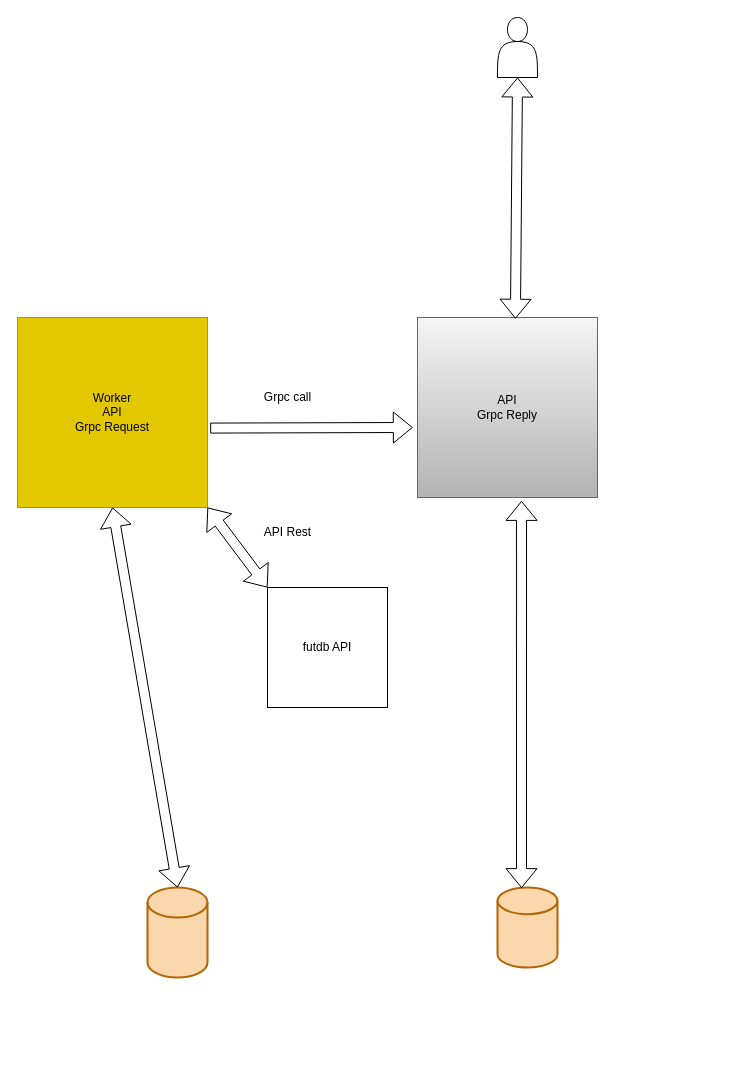
Before: Diagrama sem nome.drawio in adhan1983/AOM.FIFA.ManagerPlayer.SolutionFlow, a draw.io diagram. Source tidied: cells renumbered, new cells numbered last; positions are measured from the earlier drawing's top-left corner, leaving out a move shared by most shapes. Both pictures are drawn from the tidied source at 100%, with x=0, y=0 at pixel (17, 17).
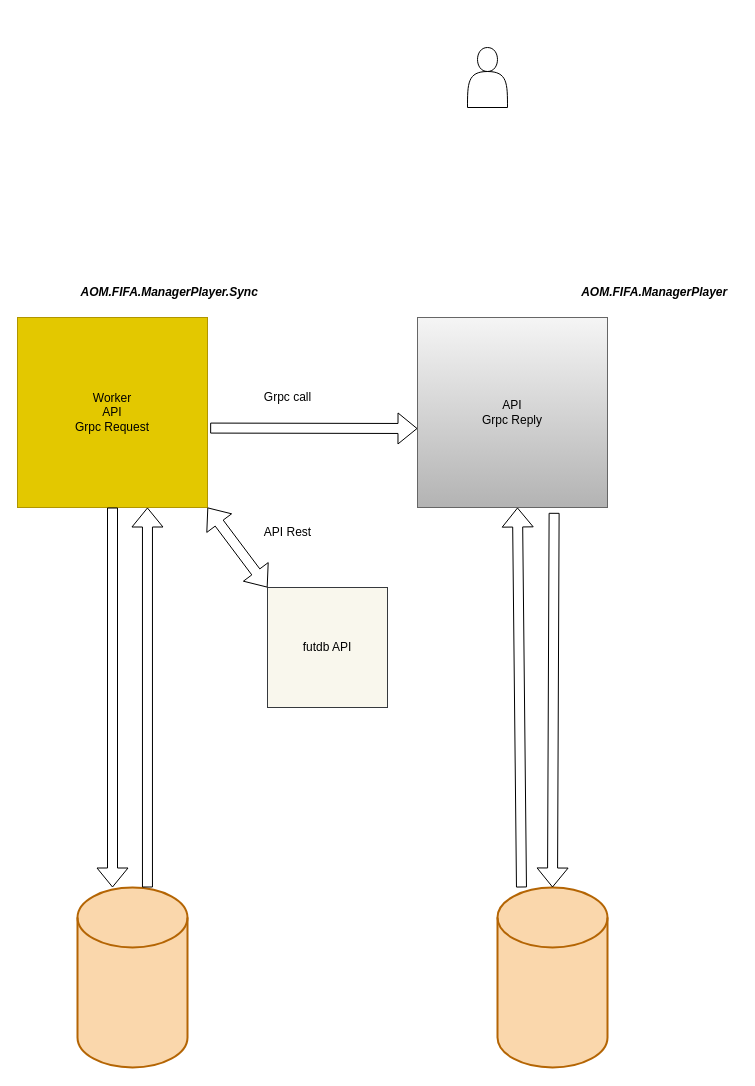
After the change.

Diff of the diagram source:
```diff
@@
 <mxGraphModel>
   <root>
     <mxCell id="0" />
     <mxCell id="1" parent="0" />
     <mxCell id="2" style="strokeWidth=2;html=1;shape=mxgraph.flowchart.database;whiteSpace=wrap;fillColor=#fad7ac;strokeColor=#b46504;" parent="1" vertex="1">
-      <mxGeometry x="130" y="870" width="60" height="90" as="geometry" />
+      <mxGeometry x="60" y="870" width="110" height="180" as="geometry" />
     </mxCell>
     <mxCell id="3" style="strokeWidth=2;html=1;shape=mxgraph.flowchart.database;whiteSpace=wrap;fillColor=#fad7ac;strokeColor=#b46504;" parent="1" vertex="1">
-      <mxGeometry x="480" y="870" width="60" height="80" as="geometry" />
+      <mxGeometry x="480" y="870" width="110" height="180" as="geometry" />
     </mxCell>
     <mxCell id="4" style="shape=actor;whiteSpace=wrap;html=1;" parent="1" vertex="1">
-      <mxGeometry x="480" width="40" height="60" as="geometry" />
+      <mxGeometry x="450" y="30" width="40" height="60" as="geometry" />
     </mxCell>
     <mxCell id="5" value="Worker&lt;br&gt;API&lt;br&gt;Grpc Request" style="whiteSpace=wrap;html=1;fillColor=#e3c800;strokeColor=#B09500;fontColor=#000000;" parent="1" vertex="1">
       <mxGeometry y="300" width="190" height="190" as="geometry" />
     </mxCell>
     <mxCell id="6" value="API&lt;br&gt;Grpc Reply" style="whiteSpace=wrap;html=1;fillColor=#f5f5f5;gradientColor=#b3b3b3;strokeColor=#666666;" parent="1" vertex="1">
-      <mxGeometry x="400" y="300" width="180" height="180" as="geometry" />
+      <mxGeometry x="400" y="300" width="190" height="190" as="geometry" />
     </mxCell>
-    <mxCell id="7" value="futdb API&lt;br&gt;" style="whiteSpace=wrap;html=1;" parent="1" vertex="1">
+    <mxCell id="7" value="futdb API&lt;br&gt;" style="whiteSpace=wrap;html=1;fillColor=#f9f7ed;strokeColor=#36393d;" parent="1" vertex="1">
       <mxGeometry x="250" y="570" width="120" height="120" as="geometry" />
     </mxCell>
-    <mxCell id="8" style="shape=flexArrow;endArrow=classic;startArrow=classic;html=1;rounded=0;entryX=0.5;entryY=1;entryDx=0;entryDy=0;exitX=0.5;exitY=0;exitDx=0;exitDy=0;exitPerimeter=0;" parent="1" edge="1" source="2" target="5">
-      <mxGeometry relative="1" as="geometry" />
-    </mxCell>
-    <mxCell id="9" style="shape=flexArrow;endArrow=classic;startArrow=classic;html=1;rounded=0;exitX=0.4;exitY=0.008;exitDx=0;exitDy=0;exitPerimeter=0;entryX=0.578;entryY=1.019;entryDx=0;entryDy=0;entryPerimeter=0;" parent="1" edge="1" source="3" target="6">
-      <mxGeometry relative="1" as="geometry" />
-    </mxCell>
     <mxCell id="10" style="shape=flexArrow;endArrow=classic;startArrow=classic;html=1;rounded=0;exitX=0;exitY=0;exitDx=0;exitDy=0;entryX=1;entryY=1;entryDx=0;entryDy=0;" parent="1" edge="1" source="7" target="5">
       <mxGeometry relative="1" as="geometry" />
     </mxCell>
     <mxCell id="11" value="API Rest" style="text;html=1;align=center;verticalAlign=middle;strokeColor=none;fillColor=none;" parent="1" vertex="1">
       <mxGeometry x="235" y="500" width="70" height="30" as="geometry" />
     </mxCell>
-    <mxCell id="12" style="shape=flexArrow;endArrow=classic;html=1;rounded=0;entryX=-0.026;entryY=0.611;entryDx=0;entryDy=0;entryPerimeter=0;exitX=1.014;exitY=0.582;exitDx=0;exitDy=0;exitPerimeter=0;" parent="1" edge="1" source="5" target="6">
-      <mxGeometry relative="1" as="geometry" />
+    <mxCell id="12" style="shape=flexArrow;endArrow=classic;html=1;rounded=0;exitX=1.014;exitY=0.582;exitDx=0;exitDy=0;exitPerimeter=0;" parent="1" edge="1" source="5">
+      <mxGeometry relative="1" as="geometry">
+        <mxPoint x="400" y="411" as="targetPoint" />
+      </mxGeometry>
     </mxCell>
     <mxCell id="13" value="Grpc call&lt;br&gt;" style="text;html=1;align=center;verticalAlign=middle;strokeColor=none;fillColor=none;" parent="1" vertex="1">
       <mxGeometry x="235" y="365" width="70" height="30" as="geometry" />
     </mxCell>
-    <mxCell id="14" style="shape=flexArrow;endArrow=classic;startArrow=classic;html=1;rounded=0;exitX=0.544;exitY=0.007;exitDx=0;exitDy=0;exitPerimeter=0;entryX=0.5;entryY=1;entryDx=0;entryDy=0;" parent="1" edge="1" source="6" target="4">
-      <mxGeometry relative="1" as="geometry" />
-    </mxCell>
+    <mxCell id="15" style="shape=flexArrow;endArrow=classic;html=1;rounded=0;exitX=0.5;exitY=1;exitDx=0;exitDy=0;" parent="1" edge="1" source="5">
+      <mxGeometry relative="1" as="geometry">
+        <mxPoint x="95" y="870" as="targetPoint" />
+      </mxGeometry>
+    </mxCell>
+    <mxCell id="8" style="shape=flexArrow;endArrow=classic;html=1;rounded=0;entryX=0.684;entryY=1;entryDx=0;entryDy=0;entryPerimeter=0;exitX=0.636;exitY=0;exitDx=0;exitDy=0;exitPerimeter=0;" parent="1" edge="1" source="2" target="5">
+      <mxGeometry relative="1" as="geometry" />
+    </mxCell>
+    <mxCell id="16" style="shape=flexArrow;endArrow=classic;html=1;rounded=0;exitX=0.218;exitY=0;exitDx=0;exitDy=0;exitPerimeter=0;" parent="1" edge="1" source="3">
+      <mxGeometry relative="1" as="geometry">
+        <mxPoint x="500" y="490" as="targetPoint" />
+      </mxGeometry>
+    </mxCell>
+    <mxCell id="17" style="shape=flexArrow;endArrow=classic;html=1;rounded=0;exitX=0.719;exitY=1.028;exitDx=0;exitDy=0;exitPerimeter=0;entryX=0.5;entryY=0;entryDx=0;entryDy=0;entryPerimeter=0;" parent="1" edge="1" source="6" target="3">
+      <mxGeometry relative="1" as="geometry" />
+    </mxCell>
+    <mxCell id="18" value="&amp;nbsp;AOM.FIFA.ManagerPlayer.Sync" style="text;html=1;align=center;verticalAlign=middle;strokeColor=none;fillColor=none;fontStyle=3;" parent="1" vertex="1">
+      <mxGeometry x="50" y="260" width="200" height="30" as="geometry" />
+    </mxCell>
+    <mxCell id="19" value="&amp;nbsp;AOM.FIFA.ManagerPlayer" style="text;html=1;align=center;verticalAlign=middle;strokeColor=none;fillColor=none;fontStyle=3;" parent="1" vertex="1">
+      <mxGeometry x="550" y="260" width="170" height="30" as="geometry" />
+    </mxCell>
   </root>
 </mxGraphModel>
```
